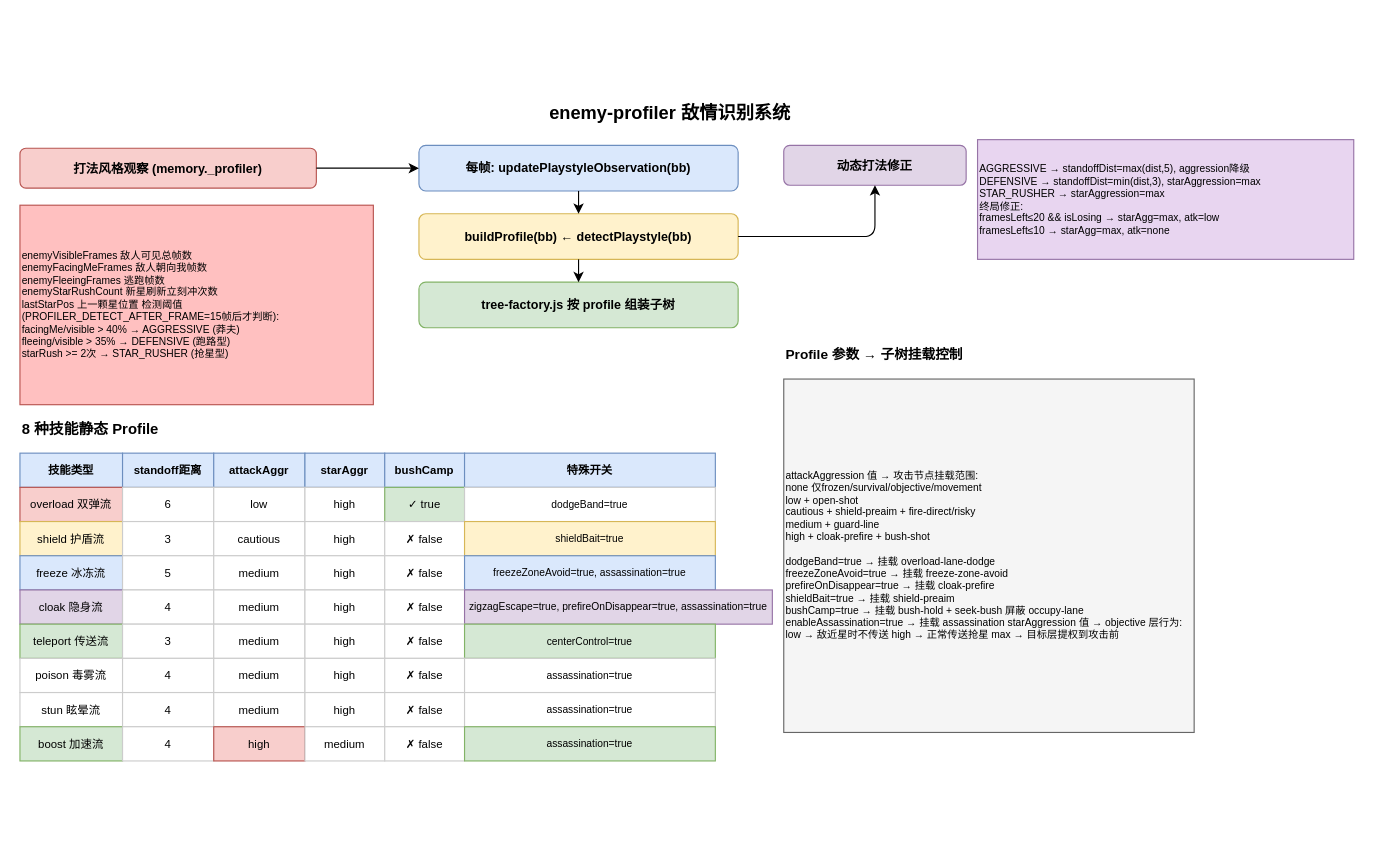
This is page "敌情识别Profile" (3 of 4) of new-tank/tank-node.drawio from mythchen-1024/my-tank, a draw.io file, before an edit. Source tidied: cells renumbered, new cells numbered last; positions are measured from the earlier drawing's top-left corner, leaving out a move shared by most shapes. Both pictures are drawn from the tidied source at 114%, with x=0, y=0 at pixel (19, 93).
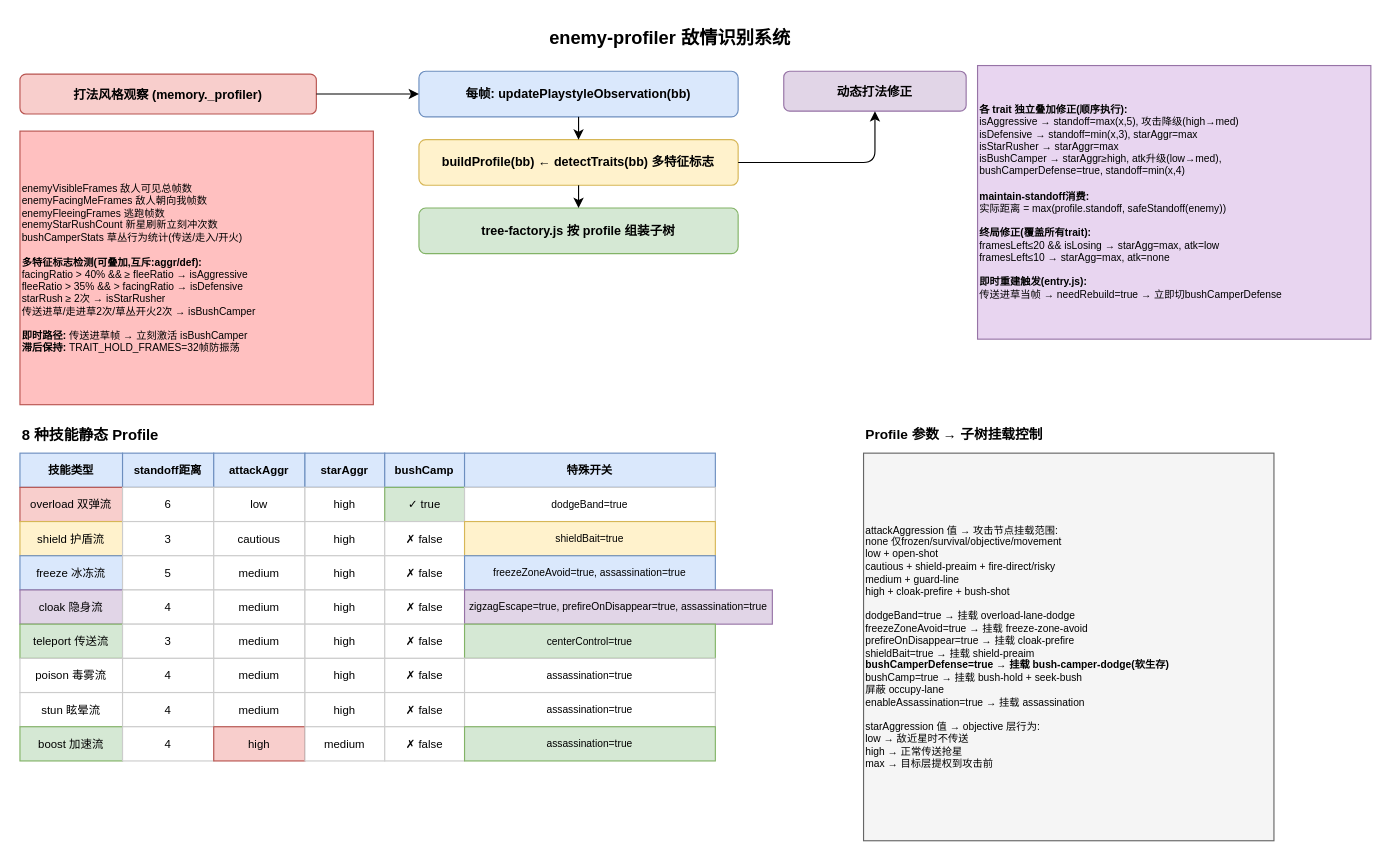
Above is the later version.

Diff of the diagram source:
```diff
@@
     <mxCell id="2" value="enemy-profiler 敌情识别系统" style="text;html=1;strokeColor=none;fillColor=none;align=center;fontStyle=1;fontSize=16;" parent="1" vertex="1">
-      <mxGeometry x="270" width="600" height="35" as="geometry" />
+      <mxGeometry x="270" y="-65" width="600" height="35" as="geometry" />
     </mxCell>
     <mxCell id="3" value="每帧: updatePlaystyleObservation(bb)" style="rounded=1;whiteSpace=wrap;html=1;fillColor=#dae8fc;strokeColor=#6c8ebf;fontStyle=1;fontSize=11;" parent="1" vertex="1">
-      <mxGeometry x="350" y="45" width="280" height="40" as="geometry" />
+      <mxGeometry x="350" y="-20" width="280" height="40" as="geometry" />
     </mxCell>
-    <mxCell id="4" value="buildProfile(bb) ← detectPlaystyle(bb)" style="rounded=1;whiteSpace=wrap;html=1;fillColor=#fff2cc;strokeColor=#d6b656;fontStyle=1;fontSize=11;" parent="1" vertex="1">
-      <mxGeometry x="350" y="105" width="280" height="40" as="geometry" />
+    <mxCell id="4" value="buildProfile(bb) ← detectTraits(bb) 多特征标志" style="rounded=1;whiteSpace=wrap;html=1;fillColor=#fff2cc;strokeColor=#d6b656;fontStyle=1;fontSize=11;" parent="1" vertex="1">
+      <mxGeometry x="350" y="40" width="280" height="40" as="geometry" />
     </mxCell>
     <mxCell id="5" value="tree-factory.js 按 profile 组装子树" style="rounded=1;whiteSpace=wrap;html=1;fillColor=#d5e8d4;strokeColor=#82b366;fontStyle=1;fontSize=11;" parent="1" vertex="1">
-      <mxGeometry x="350" y="165" width="280" height="40" as="geometry" />
+      <mxGeometry x="350" y="100" width="280" height="40" as="geometry" />
     </mxCell>
@@
     <mxCell id="8" value="打法风格观察 (memory._profiler)" style="rounded=1;fillColor=#f8cecc;strokeColor=#b85450;fontStyle=1;fontSize=11;" parent="1" vertex="1">
-      <mxGeometry y="47.5" width="260" height="35" as="geometry" />
+      <mxGeometry y="-17.5" width="260" height="35" as="geometry" />
     </mxCell>
-    <mxCell id="9" value="enemyVisibleFrames    敌人可见总帧数&amp;nbsp;&lt;div&gt;enemyFacingMeFrames   敌人朝向我帧数&amp;nbsp;&lt;/div&gt;&lt;div&gt;enemyFleeingFrames    逃跑帧数&amp;nbsp;&lt;/div&gt;&lt;div&gt;enemyStarRushCount    新星刷新立刻冲次数&lt;/div&gt;&lt;div&gt;lastStarPos           上一颗星位置  检测阈值 (PROFILER_DETECT_AFTER_FRAME=15帧后才判断):&amp;nbsp;&lt;/div&gt;&lt;div&gt;facingMe/visible &amp;gt; 40% → AGGRESSIVE (莽夫)&amp;nbsp;&lt;/div&gt;&lt;div&gt;fleeing/visible  &amp;gt; 35% → DEFENSIVE  (跑路型)&amp;nbsp;&lt;/div&gt;&lt;div&gt;starRush &amp;gt;= 2次         → STAR_RUSHER (抢星型)&lt;/div&gt;" style="rounded=0;whiteSpace=wrap;html=1;fillColor=#ffc0c0;strokeColor=#b85450;fontSize=9;align=left;" parent="1" vertex="1">
-      <mxGeometry y="97.5" width="310" height="175" as="geometry" />
+    <mxCell id="9" value="enemyVisibleFrames    敌人可见总帧数&amp;nbsp;&lt;div&gt;enemyFacingMeFrames   敌人朝向我帧数&amp;nbsp;&lt;/div&gt;&lt;div&gt;enemyFleeingFrames    逃跑帧数&amp;nbsp;&lt;/div&gt;&lt;div&gt;enemyStarRushCount    新星刷新立刻冲次数&lt;/div&gt;&lt;div&gt;bushCamperStats       草丛行为统计(传送/走入/开火)&lt;/div&gt;&lt;div&gt;&lt;br&gt;&lt;/div&gt;&lt;div&gt;&lt;b&gt;多特征标志检测(可叠加,互斥:aggr/def):&lt;/b&gt;&amp;nbsp;&lt;/div&gt;&lt;div&gt;facingRatio &amp;gt; 40% &amp;amp;&amp;amp; ≥ fleeRatio → isAggressive&amp;nbsp;&lt;/div&gt;&lt;div&gt;fleeRatio  &amp;gt; 35% &amp;amp;&amp;amp; &amp;gt; facingRatio → isDefensive&amp;nbsp;&lt;/div&gt;&lt;div&gt;starRush ≥ 2次                    → isStarRusher&amp;nbsp;&lt;/div&gt;&lt;div&gt;传送进草/走进草2次/草丛开火2次   → isBushCamper&amp;nbsp;&lt;/div&gt;&lt;div&gt;&lt;br&gt;&lt;/div&gt;&lt;div&gt;&lt;b&gt;即时路径:&lt;/b&gt; 传送进草帧 → 立刻激活 isBushCamper&amp;nbsp;&lt;/div&gt;&lt;div&gt;&lt;b&gt;滞后保持:&lt;/b&gt; TRAIT_HOLD_FRAMES=32帧防振荡&lt;/div&gt;" style="rounded=0;whiteSpace=wrap;html=1;fillColor=#ffc0c0;strokeColor=#b85450;fontSize=9;align=left;" parent="1" vertex="1">
+      <mxGeometry y="32.5" width="310" height="240" as="geometry" />
     </mxCell>
@@
     <mxCell id="11" value="动态打法修正" style="rounded=1;fillColor=#e1d5e7;strokeColor=#9673a6;fontStyle=1;fontSize=11;" parent="1" vertex="1">
-      <mxGeometry x="670" y="45" width="160" height="35" as="geometry" />
+      <mxGeometry x="670" y="-20" width="160" height="35" as="geometry" />
     </mxCell>
-    <mxCell id="12" value="AGGRESSIVE → standoffDist=max(dist,5), aggression降级&amp;nbsp;&lt;div&gt;DEFENSIVE  → standoffDist=min(dist,3), starAggression=max&amp;nbsp;&lt;/div&gt;&lt;div&gt;STAR_RUSHER → starAggression=max&amp;nbsp;&lt;/div&gt;&lt;div&gt;终局修正:&amp;nbsp;&lt;/div&gt;&lt;div&gt;framesLeft≤20 &amp;amp;&amp;amp; isLosing → starAgg=max, atk=low&amp;nbsp;&lt;/div&gt;&lt;div&gt;framesLeft≤10            → starAgg=max, atk=none&lt;/div&gt;" style="rounded=0;whiteSpace=wrap;html=1;fillColor=#e8d5f0;strokeColor=#9673a6;fontSize=9;align=left;" parent="1" vertex="1">
-      <mxGeometry x="840" y="40" width="330" height="105" as="geometry" />
+    <mxCell id="12" value="&lt;b&gt;各 trait 独立叠加修正(顺序执行):&lt;/b&gt;&amp;nbsp;&lt;div&gt;isAggressive → standoff=max(x,5), 攻击降级(high→med)&amp;nbsp;&lt;/div&gt;&lt;div&gt;isDefensive  → standoff=min(x,3), starAggr=max&amp;nbsp;&lt;/div&gt;&lt;div&gt;isStarRusher → starAggr=max&amp;nbsp;&lt;/div&gt;&lt;div&gt;isBushCamper → starAggr≥high, atk升级(low→med),&amp;nbsp;&lt;/div&gt;&lt;div&gt;              bushCamperDefense=true, standoff=min(x,4)&amp;nbsp;&lt;/div&gt;&lt;div&gt;&lt;br&gt;&lt;/div&gt;&lt;div&gt;&lt;b&gt;maintain-standoff消费:&lt;/b&gt;&amp;nbsp;&lt;/div&gt;&lt;div&gt;实际距离 = max(profile.standoff, safeStandoff(enemy))&amp;nbsp;&lt;/div&gt;&lt;div&gt;&lt;br&gt;&lt;/div&gt;&lt;div&gt;&lt;b&gt;终局修正(覆盖所有trait):&lt;/b&gt;&amp;nbsp;&lt;/div&gt;&lt;div&gt;framesLeft≤20 &amp;amp;&amp;amp; isLosing → starAgg=max, atk=low&amp;nbsp;&lt;/div&gt;&lt;div&gt;framesLeft≤10            → starAgg=max, atk=none&amp;nbsp;&lt;/div&gt;&lt;div&gt;&lt;br&gt;&lt;/div&gt;&lt;div&gt;&lt;b&gt;即时重建触发(entry.js):&lt;/b&gt;&amp;nbsp;&lt;/div&gt;&lt;div&gt;传送进草当帧 → needRebuild=true → 立即切bushCamperDefense&lt;/div&gt;" style="rounded=0;whiteSpace=wrap;html=1;fillColor=#e8d5f0;strokeColor=#9673a6;fontSize=9;align=left;" parent="1" vertex="1">
+      <mxGeometry x="840" y="-25" width="345" height="240" as="geometry" />
     </mxCell>
@@
     <mxCell id="14" value="8 种技能静态 Profile" style="text;html=1;strokeColor=none;fillColor=none;align=left;fontStyle=1;fontSize=13;" parent="1" vertex="1">
-      <mxGeometry y="280" width="280" height="30" as="geometry" />
+      <mxGeometry y="285" width="280" height="30" as="geometry" />
     </mxCell>
@@
     <mxCell id="69" value="Profile 参数 → 子树挂载控制" style="text;html=1;strokeColor=none;fillColor=none;align=left;fontStyle=1;fontSize=12;" parent="1" vertex="1">
-      <mxGeometry x="670" y="215" width="330" height="30" as="geometry" />
+      <mxGeometry x="740" y="285" width="330" height="30" as="geometry" />
     </mxCell>
-    <mxCell id="70" value="attackAggression 值   → 攻击节点挂载范围:&amp;nbsp;&lt;div&gt;none     仅frozen/survival/objective/movement&amp;nbsp;&lt;/div&gt;&lt;div&gt;low      + open-shot&amp;nbsp;&lt;/div&gt;&lt;div&gt;cautious + shield-preaim + fire-direct/risky&amp;nbsp;&lt;/div&gt;&lt;div&gt;medium   + guard-line&amp;nbsp;&lt;/div&gt;&lt;div&gt;high     + cloak-prefire + bush-shot&amp;nbsp;&lt;/div&gt;&lt;div&gt;&lt;br&gt;&lt;div&gt;dodgeBand=true         → 挂载 overload-lane-dodge&amp;nbsp;&lt;/div&gt;&lt;div&gt;freezeZoneAvoid=true   → 挂载 freeze-zone-avoid&amp;nbsp;&lt;/div&gt;&lt;div&gt;prefireOnDisappear=true → 挂载 cloak-prefire&amp;nbsp;&lt;/div&gt;&lt;div&gt;shieldBait=true        → 挂载 shield-preaim&amp;nbsp;&lt;/div&gt;&lt;div&gt;bushCamp=true          → 挂载 bush-hold + seek-bush                           屏蔽 occupy-lane enableAssassination=true → 挂载 assassination  starAggression 值      → objective 层行为:   low  → 敌近星时不传送   high → 正常传送抢星   max  → 目标层提权到攻击前&lt;/div&gt;&lt;/div&gt;" style="rounded=0;whiteSpace=wrap;html=1;fillColor=#f5f5f5;strokeColor=#666666;fontSize=9;align=left;" parent="1" vertex="1">
-      <mxGeometry x="670" y="250" width="360" height="310" as="geometry" />
+    <mxCell id="70" value="attackAggression 值   → 攻击节点挂载范围:&amp;nbsp;&lt;div&gt;none     仅frozen/survival/objective/movement&amp;nbsp;&lt;/div&gt;&lt;div&gt;low      + open-shot&amp;nbsp;&lt;/div&gt;&lt;div&gt;cautious + shield-preaim + fire-direct/risky&amp;nbsp;&lt;/div&gt;&lt;div&gt;medium   + guard-line&amp;nbsp;&lt;/div&gt;&lt;div&gt;high     + cloak-prefire + bush-shot&amp;nbsp;&lt;/div&gt;&lt;div&gt;&lt;br&gt;&lt;/div&gt;&lt;div&gt;dodgeBand=true         → 挂载 overload-lane-dodge&amp;nbsp;&lt;/div&gt;&lt;div&gt;freezeZoneAvoid=true   → 挂载 freeze-zone-avoid&amp;nbsp;&lt;/div&gt;&lt;div&gt;prefireOnDisappear=true → 挂载 cloak-prefire&amp;nbsp;&lt;/div&gt;&lt;div&gt;shieldBait=true        → 挂载 shield-preaim&amp;nbsp;&lt;/div&gt;&lt;div&gt;&lt;b&gt;bushCamperDefense=true → 挂载 bush-camper-dodge(软生存)&lt;/b&gt;&amp;nbsp;&lt;/div&gt;&lt;div&gt;bushCamp=true          → 挂载 bush-hold + seek-bush&amp;nbsp;&lt;/div&gt;&lt;div&gt;                         屏蔽 occupy-lane&amp;nbsp;&lt;/div&gt;&lt;div&gt;enableAssassination=true → 挂载 assassination&amp;nbsp;&lt;/div&gt;&lt;div&gt;&lt;br&gt;&lt;/div&gt;&lt;div&gt;starAggression 值      → objective 层行为:&amp;nbsp;&lt;/div&gt;&lt;div&gt;  low  → 敌近星时不传送&amp;nbsp;&lt;/div&gt;&lt;div&gt;  high → 正常传送抢星&amp;nbsp;&lt;/div&gt;&lt;div&gt;  max  → 目标层提权到攻击前&lt;/div&gt;" style="rounded=0;whiteSpace=wrap;html=1;fillColor=#f5f5f5;strokeColor=#666666;fontSize=9;align=left;" parent="1" vertex="1">
+      <mxGeometry x="740" y="315" width="360" height="340" as="geometry" />
     </mxCell>
```
